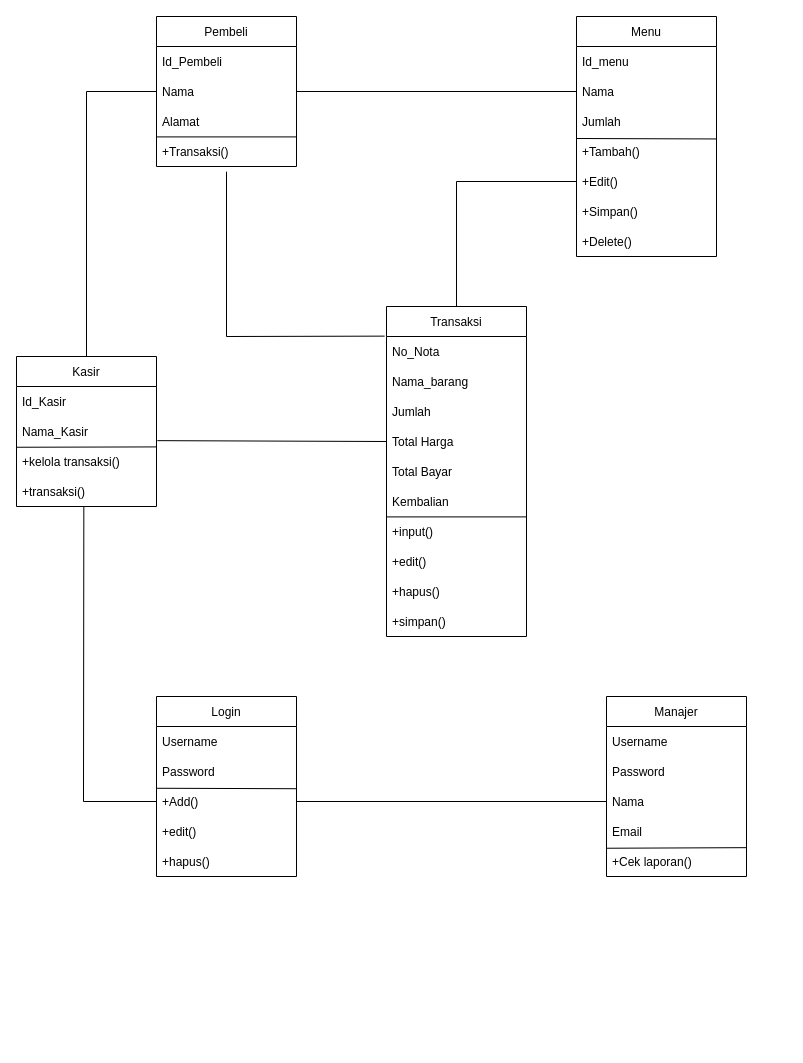
Erlangga-stonks/Erlangga-stonks keeps this draw.io diagram as Untitled Diagram.drawio. Above is the earlier version. Source tidied: cells renumbered, new cells numbered last; positions are measured from the earlier drawing's top-left corner, leaving out a move shared by most shapes. Both pictures are drawn from the tidied source at 100%, with x=0, y=0 at pixel (16, 16).
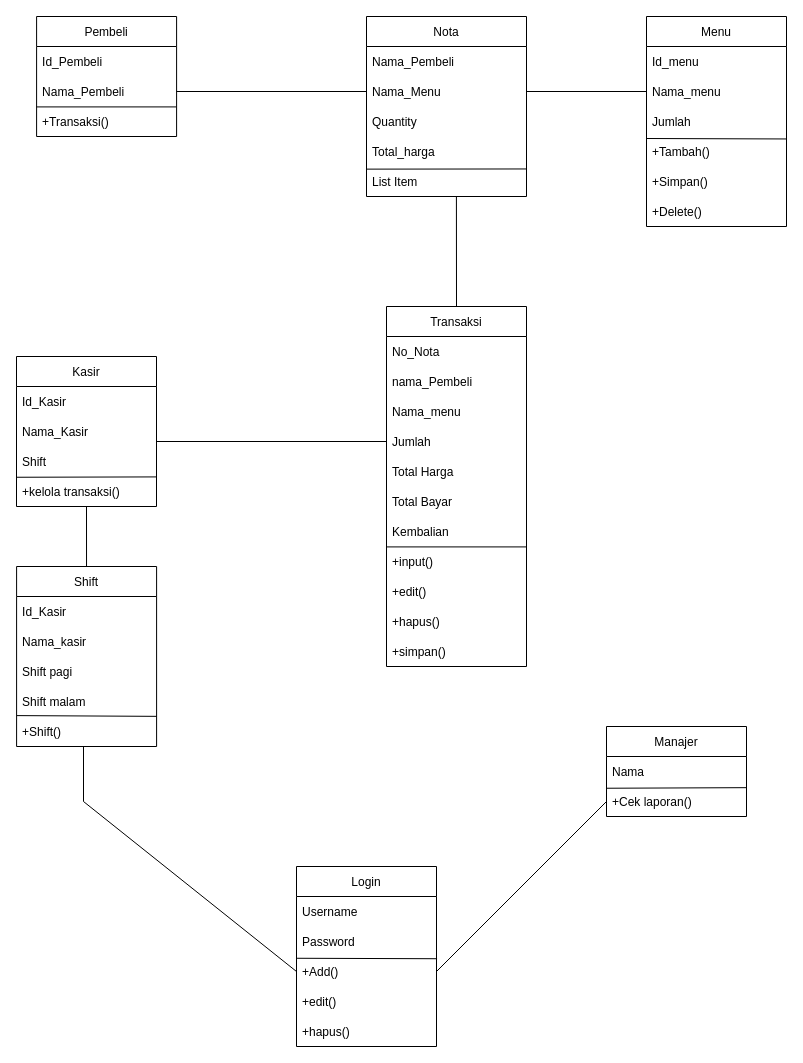
The same page after the edit.

The change refers to these unchanged cells:
```xml
<mxCell id="17" value="Kasir" style="swimlane;fontStyle=0;horizontal=1;startSize=30;" parent="1" vertex="1">
  <mxGeometry y="340" width="140" height="150" as="geometry" />
</mxCell>
<mxCell id="24" value="No_Nota" style="text;strokeColor=none;fillColor=none;align=left;verticalAlign=middle;spacingLeft=4;spacingRight=4;overflow=hidden;points=[[0,0.5],[1,0.5]];portConstraint=eastwest;" parent="23" vertex="1">
  <mxGeometry y="30" width="140" height="30" as="geometry" />
</mxCell>
<mxCell id="38" value="+Add()" style="text;strokeColor=none;fillColor=none;align=left;verticalAlign=middle;spacingLeft=4;spacingRight=4;overflow=hidden;points=[[0,0.5],[1,0.5]];portConstraint=eastwest;" parent="35" vertex="1">
  <mxGeometry y="90" width="140" height="30" as="geometry" />
</mxCell>
```

What changed in the source:
```diff
@@
     <mxCell id="2" value="Pembeli" style="swimlane;fontStyle=0;horizontal=1;startSize=30;" parent="1" vertex="1">
-      <mxGeometry x="140" width="140" height="150" as="geometry" />
+      <mxGeometry x="20.1" width="140" height="120" as="geometry" />
     </mxCell>
@@
-    <mxCell id="4" value="Nama" style="text;strokeColor=none;fillColor=none;align=left;verticalAlign=middle;spacingLeft=4;spacingRight=4;overflow=hidden;points=[[0,0.5],[1,0.5]];portConstraint=eastwest;" parent="2" vertex="1">
+    <mxCell id="4" value="Nama_Pembeli" style="text;strokeColor=none;fillColor=none;align=left;verticalAlign=middle;spacingLeft=4;spacingRight=4;overflow=hidden;points=[[0,0.5],[1,0.5]];portConstraint=eastwest;" parent="2" vertex="1">
       <mxGeometry y="60" width="140" height="30" as="geometry" />
     </mxCell>
-    <mxCell id="5" value="Alamat" style="text;strokeColor=none;fillColor=none;align=left;verticalAlign=middle;spacingLeft=4;spacingRight=4;overflow=hidden;" parent="2" vertex="1">
-      <mxGeometry y="90" width="140" height="30" as="geometry" />
-    </mxCell>
     <mxCell id="6" value="+Transaksi()" style="text;strokeColor=none;fillColor=none;align=left;verticalAlign=middle;spacingLeft=4;spacingRight=4;overflow=hidden;points=[[0,0.5],[1,0.5]];portConstraint=eastwest;" parent="2" vertex="1">
-      <mxGeometry y="120" width="140" height="30" as="geometry" />
+      <mxGeometry y="90" width="140" height="30" as="geometry" />
     </mxCell>
@@
     <mxCell id="8" value="Menu" style="swimlane;fontStyle=0;horizontal=1;startSize=30;" parent="1" vertex="1">
-      <mxGeometry x="560" width="140" height="240" as="geometry" />
+      <mxGeometry x="630" width="140" height="210" as="geometry" />
     </mxCell>
@@
-    <mxCell id="10" value="Nama" style="text;strokeColor=none;fillColor=none;align=left;verticalAlign=middle;spacingLeft=4;spacingRight=4;overflow=hidden;points=[[0,0.5],[1,0.5]];portConstraint=eastwest;" parent="8" vertex="1">
+    <mxCell id="10" value="Nama_menu" style="text;strokeColor=none;fillColor=none;align=left;verticalAlign=middle;spacingLeft=4;spacingRight=4;overflow=hidden;points=[[0,0.5],[1,0.5]];portConstraint=eastwest;" parent="8" vertex="1">
       <mxGeometry y="60" width="140" height="30" as="geometry" />
     </mxCell>
@@
-    <mxCell id="13" value="+Edit()" style="text;strokeColor=none;fillColor=none;align=left;verticalAlign=middle;spacingLeft=4;spacingRight=4;overflow=hidden;points=[[0,0.5],[1,0.5]];portConstraint=eastwest;" parent="8" vertex="1">
-      <mxGeometry y="150" width="140" height="30" as="geometry" />
-    </mxCell>
@@
     <mxCell id="15" value="+Simpan()" style="text;strokeColor=none;fillColor=none;align=left;verticalAlign=middle;spacingLeft=4;spacingRight=4;overflow=hidden;" parent="8" vertex="1">
-      <mxGeometry y="180" width="140" height="30" as="geometry" />
+      <mxGeometry y="150" width="140" height="30" as="geometry" />
     </mxCell>
     <mxCell id="16" value="+Delete()" style="text;strokeColor=none;fillColor=none;align=left;verticalAlign=middle;spacingLeft=4;spacingRight=4;overflow=hidden;" parent="8" vertex="1">
-      <mxGeometry y="210" width="140" height="30" as="geometry" />
+      <mxGeometry y="180" width="140" height="30" as="geometry" />
     </mxCell>
@@
+    <mxCell id="56" value="Shift" style="text;strokeColor=none;fillColor=none;align=left;verticalAlign=middle;spacingLeft=4;spacingRight=4;overflow=hidden;" parent="17" vertex="1">
+      <mxGeometry y="90" width="140" height="30" as="geometry" />
+    </mxCell>
     <mxCell id="20" value="+kelola transaksi()" style="text;strokeColor=none;fillColor=none;align=left;verticalAlign=middle;spacingLeft=4;spacingRight=4;overflow=hidden;points=[[0,0.5],[1,0.5]];portConstraint=eastwest;" parent="17" vertex="1">
-      <mxGeometry y="90" width="140" height="30" as="geometry" />
+      <mxGeometry y="120" width="140" height="30" as="geometry" />
     </mxCell>
-    <mxCell id="21" value="+transaksi()" style="text;strokeColor=none;fillColor=none;align=left;verticalAlign=middle;spacingLeft=4;spacingRight=4;overflow=hidden;points=[[0,0.5],[1,0.5]];portConstraint=eastwest;" parent="17" vertex="1">
-      <mxGeometry y="120" width="140" height="30" as="geometry" />
-    </mxCell>
@@
     <mxCell id="23" value="Transaksi" style="swimlane;fontStyle=0;horizontal=1;startSize=30;" parent="1" vertex="1">
-      <mxGeometry x="370" y="290" width="140" height="330" as="geometry" />
+      <mxGeometry x="370" y="290" width="140" height="360" as="geometry" />
     </mxCell>
@@
+    <mxCell id="57" value="nama_Pembeli" style="text;strokeColor=none;fillColor=none;align=left;verticalAlign=middle;spacingLeft=4;spacingRight=4;overflow=hidden;" parent="23" vertex="1">
+      <mxGeometry y="60" width="140" height="30" as="geometry" />
+    </mxCell>
-    <mxCell id="25" value="Nama_barang" style="text;strokeColor=none;fillColor=none;align=left;verticalAlign=middle;spacingLeft=4;spacingRight=4;overflow=hidden;" parent="23" vertex="1">
-      <mxGeometry y="60" width="140" height="30" as="geometry" />
+    <mxCell id="25" value="Nama_menu" style="text;strokeColor=none;fillColor=none;align=left;verticalAlign=middle;spacingLeft=4;spacingRight=4;overflow=hidden;" parent="23" vertex="1">
+      <mxGeometry y="90" width="140" height="30" as="geometry" />
     </mxCell>
     <mxCell id="26" value="Jumlah" style="text;strokeColor=none;fillColor=none;align=left;verticalAlign=middle;spacingLeft=4;spacingRight=4;overflow=hidden;points=[[0,0.5],[1,0.5]];portConstraint=eastwest;" parent="23" vertex="1">
-      <mxGeometry y="90" width="140" height="30" as="geometry" />
+      <mxGeometry y="120" width="140" height="30" as="geometry" />
     </mxCell>
     <mxCell id="27" value="Total Harga" style="text;strokeColor=none;fillColor=none;align=left;verticalAlign=middle;spacingLeft=4;spacingRight=4;overflow=hidden;points=[[0,0.5],[1,0.5]];portConstraint=eastwest;" parent="23" vertex="1">
-      <mxGeometry y="120" width="140" height="30" as="geometry" />
+      <mxGeometry y="150" width="140" height="30" as="geometry" />
     </mxCell>
     <mxCell id="28" value="Total Bayar" style="text;strokeColor=none;fillColor=none;align=left;verticalAlign=middle;spacingLeft=4;spacingRight=4;overflow=hidden;" parent="23" vertex="1">
-      <mxGeometry y="150" width="140" height="30" as="geometry" />
+      <mxGeometry y="180" width="140" height="30" as="geometry" />
     </mxCell>
     <mxCell id="29" value="Kembalian" style="text;strokeColor=none;fillColor=none;align=left;verticalAlign=middle;spacingLeft=4;spacingRight=4;overflow=hidden;" parent="23" vertex="1">
-      <mxGeometry y="180" width="140" height="30" as="geometry" />
+      <mxGeometry y="210" width="140" height="30" as="geometry" />
     </mxCell>
     <mxCell id="30" value="+input()" style="text;strokeColor=none;fillColor=none;align=left;verticalAlign=middle;spacingLeft=4;spacingRight=4;overflow=hidden;points=[[0,0.5],[1,0.5]];portConstraint=eastwest;" parent="23" vertex="1">
-      <mxGeometry y="210" width="140" height="30" as="geometry" />
+      <mxGeometry y="240" width="140" height="30" as="geometry" />
     </mxCell>
@@
     <mxCell id="32" value="+edit()" style="text;strokeColor=none;fillColor=none;align=left;verticalAlign=middle;spacingLeft=4;spacingRight=4;overflow=hidden;" parent="23" vertex="1">
-      <mxGeometry y="240" width="140" height="30" as="geometry" />
+      <mxGeometry y="270" width="140" height="30" as="geometry" />
     </mxCell>
     <mxCell id="33" value="+hapus()" style="text;strokeColor=none;fillColor=none;align=left;verticalAlign=middle;spacingLeft=4;spacingRight=4;overflow=hidden;" parent="23" vertex="1">
-      <mxGeometry y="270" width="140" height="30" as="geometry" />
+      <mxGeometry y="300" width="140" height="30" as="geometry" />
     </mxCell>
     <mxCell id="34" value="+simpan()" style="text;strokeColor=none;fillColor=none;align=left;verticalAlign=middle;spacingLeft=4;spacingRight=4;overflow=hidden;" parent="23" vertex="1">
-      <mxGeometry y="300" width="140" height="30" as="geometry" />
+      <mxGeometry y="330" width="140" height="30" as="geometry" />
     </mxCell>
     <mxCell id="35" value="Login" style="swimlane;fontStyle=0;horizontal=1;startSize=30;" parent="1" vertex="1">
-      <mxGeometry x="140" y="680" width="140" height="180" as="geometry" />
+      <mxGeometry x="280" y="850" width="140" height="180" as="geometry" />
     </mxCell>
@@
     <mxCell id="42" value="Manajer" style="swimlane;fontStyle=0;horizontal=1;startSize=30;" parent="1" vertex="1">
-      <mxGeometry x="590" y="680" width="140" height="180" as="geometry" />
+      <mxGeometry x="590" y="710" width="140" height="90" as="geometry" />
     </mxCell>
-    <mxCell id="43" value="Username" style="text;strokeColor=none;fillColor=none;align=left;verticalAlign=middle;spacingLeft=4;spacingRight=4;overflow=hidden;" parent="42" vertex="1">
-      <mxGeometry y="30" width="140" height="30" as="geometry" />
-    </mxCell>
-    <mxCell id="44" value="Password" style="text;strokeColor=none;fillColor=none;align=left;verticalAlign=middle;spacingLeft=4;spacingRight=4;overflow=hidden;" parent="42" vertex="1">
-      <mxGeometry y="60" width="140" height="30" as="geometry" />
-    </mxCell>
     <mxCell id="45" value="Nama" style="text;strokeColor=none;fillColor=none;align=left;verticalAlign=middle;spacingLeft=4;spacingRight=4;overflow=hidden;points=[[0,0.5],[1,0.5]];portConstraint=eastwest;" parent="42" vertex="1">
-      <mxGeometry y="90" width="140" height="30" as="geometry" />
+      <mxGeometry y="30" width="140" height="30" as="geometry" />
     </mxCell>
-    <mxCell id="46" value="Email" style="text;strokeColor=none;fillColor=none;align=left;verticalAlign=middle;spacingLeft=4;spacingRight=4;overflow=hidden;" parent="42" vertex="1">
-      <mxGeometry y="120" width="140" height="30" as="geometry" />
-    </mxCell>
     <mxCell id="47" value="+Cek laporan()" style="text;strokeColor=none;fillColor=none;align=left;verticalAlign=middle;spacingLeft=4;spacingRight=4;overflow=hidden;points=[[0,0.5],[1,0.5]];portConstraint=eastwest;" parent="42" vertex="1">
-      <mxGeometry y="150" width="140" height="30" as="geometry" />
+      <mxGeometry y="60" width="140" height="30" as="geometry" />
     </mxCell>
@@
-    <mxCell id="49" style="endArrow=none;html=1;rounded=0;exitX=1;exitY=0.5;exitDx=0;exitDy=0;entryX=0;entryY=0.5;entryDx=0;entryDy=0;" parent="1" edge="1" source="4" target="10">
-      <mxGeometry relative="1" as="geometry" />
-    </mxCell>
-    <mxCell id="50" style="endArrow=none;html=1;rounded=0;entryX=0.5;entryY=1.172;entryDx=0;entryDy=0;entryPerimeter=0;exitX=-0.013;exitY=-0.012;exitDx=0;exitDy=0;exitPerimeter=0;" parent="1" edge="1" source="24" target="6">
-      <mxGeometry relative="1" as="geometry">
-        <Array as="points">
-          <mxPoint x="210" y="320" />
-        </Array>
-      </mxGeometry>
-    </mxCell>
-    <mxCell id="51" style="endArrow=none;html=1;rounded=0;exitX=1.006;exitY=-0.195;exitDx=0;exitDy=0;exitPerimeter=0;entryX=0;entryY=0.5;entryDx=0;entryDy=0;" parent="1" edge="1" source="20" target="27">
-      <mxGeometry relative="1" as="geometry" />
+    <mxCell id="51" style="endArrow=none;html=1;rounded=0;entryX=0;entryY=0.5;entryDx=0;entryDy=0;" parent="1" edge="1" target="26">
+      <mxGeometry relative="1" as="geometry">
+        <mxPoint x="140" y="425" as="sourcePoint" />
+      </mxGeometry>
     </mxCell>
-    <mxCell id="52" style="endArrow=none;html=1;rounded=0;entryX=0;entryY=0.5;entryDx=0;entryDy=0;exitX=0.5;exitY=0;exitDx=0;exitDy=0;" parent="1" edge="1" source="23" target="13">
-      <mxGeometry relative="1" as="geometry">
-        <Array as="points">
-          <mxPoint x="440" y="165" />
-        </Array>
-      </mxGeometry>
-    </mxCell>
-    <mxCell id="53" style="endArrow=none;html=1;rounded=0;entryX=0;entryY=0.5;entryDx=0;entryDy=0;exitX=0.5;exitY=0;exitDx=0;exitDy=0;" parent="1" edge="1" source="17" target="4">
-      <mxGeometry relative="1" as="geometry">
-        <Array as="points">
-          <mxPoint x="70" y="75" />
-        </Array>
-      </mxGeometry>
-    </mxCell>
-    <mxCell id="54" style="endArrow=none;html=1;rounded=0;entryX=0.481;entryY=1.011;entryDx=0;entryDy=0;entryPerimeter=0;exitX=0;exitY=0.5;exitDx=0;exitDy=0;" parent="1" edge="1" source="38" target="21">
-      <mxGeometry relative="1" as="geometry">
-        <Array as="points">
-          <mxPoint x="67" y="785" />
-        </Array>
-      </mxGeometry>
-    </mxCell>
-    <mxCell id="55" style="endArrow=none;html=1;rounded=0;exitX=1;exitY=0.5;exitDx=0;exitDy=0;entryX=0;entryY=0.5;entryDx=0;entryDy=0;" parent="1" edge="1" source="38" target="45">
-      <mxGeometry relative="1" as="geometry" />
+    <mxCell id="55" style="endArrow=none;html=1;rounded=0;exitX=1;exitY=0.5;exitDx=0;exitDy=0;entryX=0;entryY=0.5;entryDx=0;entryDy=0;" parent="1" edge="1" source="38">
+      <mxGeometry relative="1" as="geometry">
+        <mxPoint x="590" y="785" as="targetPoint" />
+      </mxGeometry>
     </mxCell>
+    <mxCell id="58" value="Shift" style="swimlane;fontStyle=0;horizontal=1;startSize=30;" parent="1" vertex="1">
+      <mxGeometry x="0.1" y="550" width="140" height="180" as="geometry" />
+    </mxCell>
+    <mxCell id="59" value="Id_Kasir" style="text;strokeColor=none;fillColor=none;align=left;verticalAlign=middle;spacingLeft=4;spacingRight=4;overflow=hidden;" parent="58" vertex="1">
+      <mxGeometry y="30" width="140" height="30" as="geometry" />
+    </mxCell>
+    <mxCell id="60" value="Nama_kasir" style="text;strokeColor=none;fillColor=none;align=left;verticalAlign=middle;spacingLeft=4;spacingRight=4;overflow=hidden;" parent="58" vertex="1">
+      <mxGeometry y="60" width="140" height="30" as="geometry" />
+    </mxCell>
+    <mxCell id="61" value="Shift pagi" style="text;strokeColor=none;fillColor=none;align=left;verticalAlign=middle;spacingLeft=4;spacingRight=4;overflow=hidden;" parent="58" vertex="1">
+      <mxGeometry y="90" width="140" height="30" as="geometry" />
+    </mxCell>
+    <mxCell id="62" value="Shift malam" style="text;strokeColor=none;fillColor=none;align=left;verticalAlign=middle;spacingLeft=4;spacingRight=4;overflow=hidden;" parent="58" vertex="1">
+      <mxGeometry y="120" width="140" height="30" as="geometry" />
+    </mxCell>
+    <mxCell id="63" value="+Shift()" style="text;strokeColor=none;fillColor=none;align=left;verticalAlign=middle;spacingLeft=4;spacingRight=4;overflow=hidden;points=[[0,0.5],[1,0.5]];portConstraint=eastwest;" parent="58" vertex="1">
+      <mxGeometry y="150" width="140" height="30" as="geometry" />
+    </mxCell>
+    <mxCell id="64" style="endArrow=none;html=1;rounded=0;exitX=0.002;exitY=-0.03;exitDx=0;exitDy=0;exitPerimeter=0;entryX=1;entryY=-0.005;entryDx=0;entryDy=0;entryPerimeter=0;" parent="58" edge="1" source="63" target="63">
+      <mxGeometry relative="1" as="geometry" />
+    </mxCell>
+    <mxCell id="65" style="endArrow=none;html=1;rounded=0;entryX=0;entryY=0.5;entryDx=0;entryDy=0;" parent="1" edge="1" target="38">
+      <mxGeometry relative="1" as="geometry">
+        <mxPoint x="67" y="730" as="sourcePoint" />
+        <Array as="points">
+          <mxPoint x="67" y="785" />
+        </Array>
+      </mxGeometry>
+    </mxCell>
+    <mxCell id="66" style="endArrow=none;html=1;rounded=0;" parent="1" edge="1" source="58">
+      <mxGeometry relative="1" as="geometry">
+        <mxPoint x="70" y="490" as="targetPoint" />
+      </mxGeometry>
+    </mxCell>
+    <mxCell id="67" value="Nota" style="swimlane;fontStyle=0;horizontal=1;startSize=30;" parent="1" vertex="1">
+      <mxGeometry x="350" width="160" height="180" as="geometry" />
+    </mxCell>
+    <mxCell id="68" value="Nama_Pembeli" style="text;strokeColor=none;fillColor=none;align=left;verticalAlign=middle;spacingLeft=4;spacingRight=4;overflow=hidden;" parent="67" vertex="1">
+      <mxGeometry y="30" width="160" height="30" as="geometry" />
+    </mxCell>
+    <mxCell id="69" value="Nama_Menu" style="text;strokeColor=none;fillColor=none;align=left;verticalAlign=middle;spacingLeft=4;spacingRight=4;overflow=hidden;points=[[0,0.5],[1,0.5]];portConstraint=eastwest;" parent="67" vertex="1">
+      <mxGeometry y="60" width="160" height="30" as="geometry" />
+    </mxCell>
+    <mxCell id="70" value="Quantity" style="text;strokeColor=none;fillColor=none;align=left;verticalAlign=middle;spacingLeft=4;spacingRight=4;overflow=hidden;" parent="67" vertex="1">
+      <mxGeometry y="90" width="160" height="30" as="geometry" />
+    </mxCell>
+    <mxCell id="71" value="Total_harga" style="text;strokeColor=none;fillColor=none;align=left;verticalAlign=middle;spacingLeft=4;spacingRight=4;overflow=hidden;" parent="67" vertex="1">
+      <mxGeometry y="120" width="160" height="30" as="geometry" />
+    </mxCell>
+    <mxCell id="72" value="List Item" style="text;strokeColor=none;fillColor=none;align=left;verticalAlign=middle;spacingLeft=4;spacingRight=4;overflow=hidden;points=[[0,0.5],[1,0.5]];portConstraint=eastwest;" parent="67" vertex="1">
+      <mxGeometry y="150" width="160" height="30" as="geometry" />
+    </mxCell>
+    <mxCell id="73" style="endArrow=none;html=1;rounded=0;exitX=-0.001;exitY=0.088;exitDx=0;exitDy=0;exitPerimeter=0;entryX=1.001;entryY=0.082;entryDx=0;entryDy=0;entryPerimeter=0;" parent="67" edge="1" source="72" target="72">
+      <mxGeometry relative="1" as="geometry" />
+    </mxCell>
+    <mxCell id="74" style="endArrow=none;html=1;rounded=0;exitX=1;exitY=0.5;exitDx=0;exitDy=0;entryX=0;entryY=0.5;entryDx=0;entryDy=0;" parent="1" edge="1" source="4" target="69">
+      <mxGeometry relative="1" as="geometry" />
+    </mxCell>
+    <mxCell id="75" style="endArrow=none;html=1;rounded=0;exitX=0;exitY=0.5;exitDx=0;exitDy=0;entryX=1;entryY=0.5;entryDx=0;entryDy=0;" parent="1" edge="1" source="10" target="69">
+      <mxGeometry relative="1" as="geometry" />
+    </mxCell>
+    <mxCell id="76" style="endArrow=none;html=1;rounded=0;entryX=0.562;entryY=1.011;entryDx=0;entryDy=0;entryPerimeter=0;exitX=0.5;exitY=0;exitDx=0;exitDy=0;" parent="1" edge="1" source="23" target="72">
+      <mxGeometry relative="1" as="geometry" />
+    </mxCell>
```
